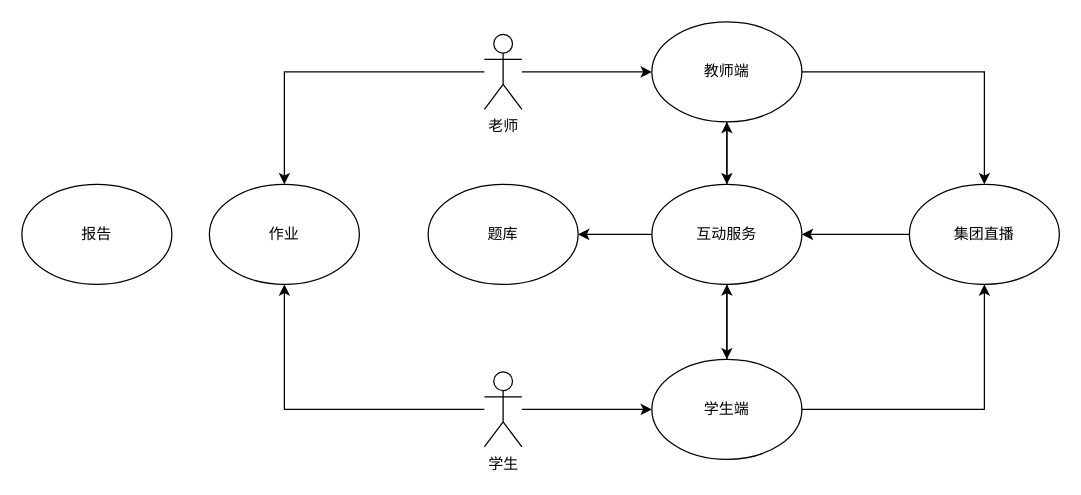
This is src/main/resources/Untitled Diagram.drawio from likedong/ho, a draw.io file, before an edit. Source tidied: cells renumbered, new cells numbered last; positions are measured from the earlier drawing's top-left corner, leaving out a move shared by most shapes. Both pictures are drawn from the tidied source at 125%, with x=0, y=0 at pixel (21, 21).
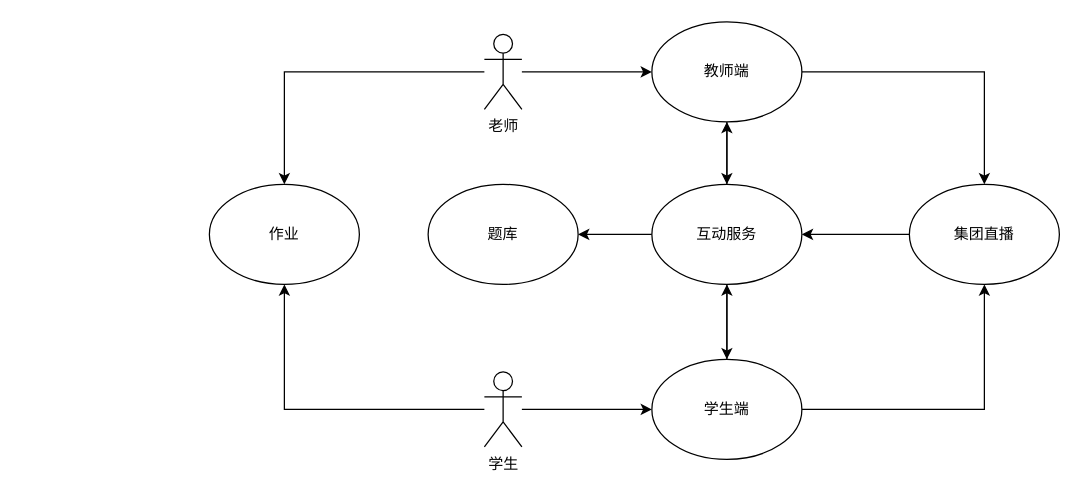
Above is the later version.

Commit message:
爱学习用例图.drawio

Diff of the diagram source:
```diff
@@
-    <mxCell id="22" value="报告" style="ellipse;whiteSpace=wrap;html=1;" parent="1" vertex="1">
-      <mxGeometry y="130" width="120" height="80" as="geometry" />
-    </mxCell>
```
